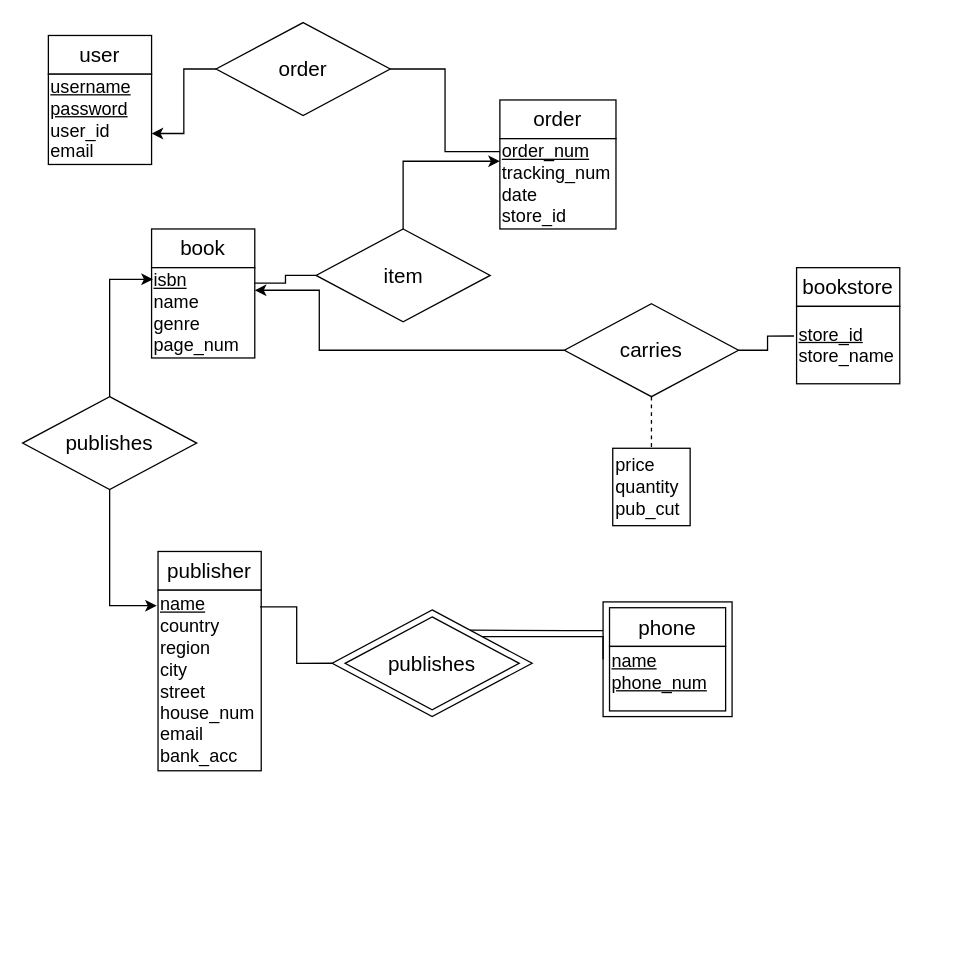
Above: Report/images/ERDiagram.drawio in AdamPayzant/COMP3005_Project (draw.io), before the change. Source tidied: cells renumbered, new cells numbered last; positions are measured from the earlier drawing's top-left corner, leaving out a move shared by most shapes. Both pictures are drawn from the tidied source at 129%, with x=0, y=0 at pixel (22, 22).
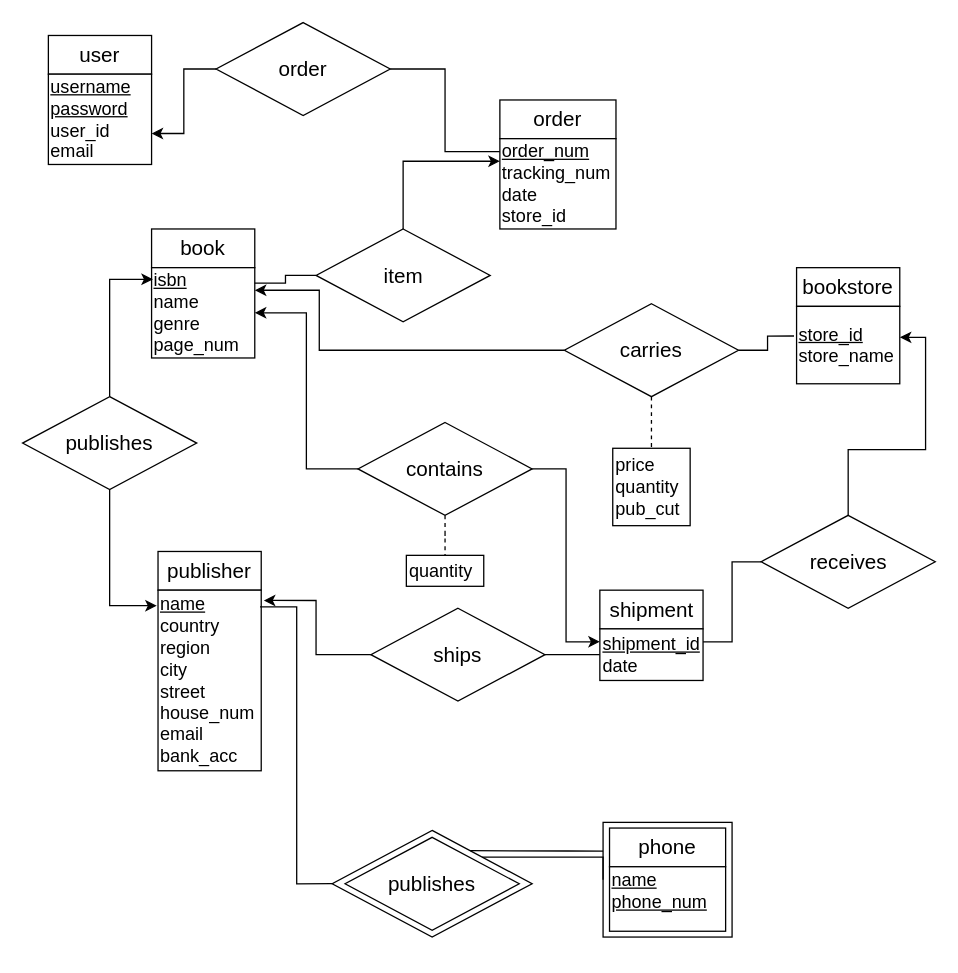
Above is the later version.

Commit message (it also covers changes not shown here):
Finished ER, Relations, and Diagram in Report

The change refers to these unchanged cells:
```xml
<mxCell id="3" value="&lt;font style=&quot;font-size: 14px&quot;&gt;&lt;u&gt;isbn&lt;/u&gt;&lt;/font&gt;&lt;div style=&quot;font-size: 14px&quot;&gt;&lt;font style=&quot;font-size: 14px&quot;&gt;name&lt;/font&gt;&lt;/div&gt;&lt;div style=&quot;font-size: 14px&quot;&gt;&lt;font style=&quot;font-size: 14px&quot;&gt;genre&lt;/font&gt;&lt;/div&gt;&lt;div style=&quot;font-size: 14px&quot;&gt;&lt;font style=&quot;font-size: 14px&quot;&gt;page_num&lt;br&gt;&lt;/font&gt;&lt;/div&gt;" style="rounded=0;whiteSpace=wrap;html=1;align=left;" parent="1" vertex="1">
  <mxGeometry x="100" y="190" width="80" height="70" as="geometry" />
</mxCell>
<mxCell id="9" value="&lt;div style=&quot;font-size: 14px&quot; align=&quot;left&quot;&gt;&lt;font style=&quot;font-size: 14px&quot;&gt;&lt;u&gt;name&lt;br&gt;&lt;/u&gt;&lt;/font&gt;&lt;/div&gt;&lt;div style=&quot;font-size: 14px&quot; align=&quot;left&quot;&gt;&lt;font style=&quot;font-size: 14px&quot;&gt;country&lt;/font&gt;&lt;/div&gt;&lt;div style=&quot;font-size: 14px&quot; align=&quot;left&quot;&gt;&lt;font style=&quot;font-size: 14px&quot;&gt;region&lt;br&gt;&lt;/font&gt;&lt;/div&gt;&lt;div style=&quot;font-size: 14px&quot; align=&quot;left&quot;&gt;&lt;font style=&quot;font-size: 14px&quot;&gt;city&lt;/font&gt;&lt;/div&gt;&lt;div style=&quot;font-size: 14px&quot; align=&quot;left&quot;&gt;&lt;font style=&quot;font-size: 14px&quot;&gt;street&lt;/font&gt;&lt;/div&gt;&lt;div style=&quot;font-size: 14px&quot; align=&quot;left&quot;&gt;&lt;font style=&quot;font-size: 14px&quot;&gt;house_num&lt;br&gt;&lt;/font&gt;&lt;/div&gt;&lt;div style=&quot;font-size: 14px&quot; align=&quot;left&quot;&gt;email&lt;/div&gt;&lt;div style=&quot;font-size: 14px&quot; align=&quot;left&quot;&gt;bank_acc&lt;br&gt;&lt;font style=&quot;font-size: 14px&quot;&gt;&lt;u&gt;&lt;/u&gt;&lt;/font&gt;&lt;/div&gt;" style="rounded=0;whiteSpace=wrap;html=1;align=left;" parent="1" vertex="1">
  <mxGeometry x="105" y="440" width="80" height="140" as="geometry" />
</mxCell>
<mxCell id="13" value="&lt;div style=&quot;font-size: 14px&quot; align=&quot;left&quot;&gt;&lt;u&gt;store_id&lt;br&gt;&lt;/u&gt;&lt;/div&gt;&lt;div style=&quot;font-size: 14px&quot; align=&quot;left&quot;&gt;store_name&lt;br&gt;&lt;u&gt;&lt;/u&gt;&lt;/div&gt;" style="rounded=0;whiteSpace=wrap;html=1;align=left;" parent="1" vertex="1">
  <mxGeometry x="600" y="220" width="80" height="60" as="geometry" />
</mxCell>
```

The edit, as a diff of the source:
```diff
@@
     <mxCell id="10" value="&lt;font style=&quot;font-size: 16px&quot;&gt;phone&lt;br&gt;&lt;/font&gt;" style="rounded=0;whiteSpace=wrap;html=1;" parent="1" vertex="1">
-      <mxGeometry x="455" y="453.6" width="90" height="30" as="geometry" />
+      <mxGeometry x="455" y="624.4" width="90" height="30" as="geometry" />
     </mxCell>
     <mxCell id="11" value="&lt;div style=&quot;font-size: 14px&quot; align=&quot;left&quot;&gt;&lt;font style=&quot;font-size: 14px&quot;&gt;&lt;br&gt;&lt;/font&gt;&lt;/div&gt;&lt;div style=&quot;font-size: 14px&quot; align=&quot;left&quot;&gt;&lt;font style=&quot;font-size: 14px&quot;&gt;&lt;u&gt;name&lt;/u&gt;&lt;/font&gt;&lt;/div&gt;&lt;div style=&quot;font-size: 14px&quot; align=&quot;left&quot;&gt;&lt;font style=&quot;font-size: 14px&quot;&gt;&lt;u&gt;phone_num&lt;/u&gt;&lt;br&gt;&lt;/font&gt;&lt;/div&gt;&lt;div&gt;&lt;br&gt;&lt;/div&gt;&lt;div&gt;&lt;br&gt;&lt;/div&gt;" style="rounded=0;whiteSpace=wrap;html=1;align=left;" parent="1" vertex="1">
-      <mxGeometry x="455" y="483.6" width="90" height="50" as="geometry" />
+      <mxGeometry x="455" y="654.4" width="90" height="50" as="geometry" />
     </mxCell>
@@
     <mxCell id="29" style="edgeStyle=orthogonalEdgeStyle;rounded=0;jettySize=auto;html=1;exitX=0;exitY=0.5;exitDx=0;exitDy=0;entryX=1;entryY=0;entryDx=0;entryDy=0;startArrow=none;startFill=0;endArrow=none;endFill=0;" parent="1" edge="1" source="30" target="33">
       <mxGeometry relative="1" as="geometry">
         <Array as="points">
-          <mxPoint x="450" y="476" />
+          <mxPoint x="450" y="646.9" />
         </Array>
       </mxGeometry>
     </mxCell>
     <mxCell id="30" style="rounded=0;whiteSpace=wrap;html=1;fillColor=none;" parent="1" vertex="1">
-      <mxGeometry x="450" y="449.1" width="100" height="88.9" as="geometry" />
+      <mxGeometry x="450" y="620" width="100" height="88.9" as="geometry" />
     </mxCell>
     <mxCell id="31" value="&lt;font style=&quot;font-size: 16px&quot;&gt;publishes&lt;/font&gt;" style="rhombus;whiteSpace=wrap;html=1;" parent="1" vertex="1">
-      <mxGeometry x="250" y="460.7" width="135" height="72" as="geometry" />
+      <mxGeometry x="250" y="631.6" width="135" height="72" as="geometry" />
     </mxCell>
@@
     <mxCell id="33" style="rhombus;whiteSpace=wrap;html=1;fillColor=none;" parent="1" vertex="1">
-      <mxGeometry x="240" y="455.3" width="155" height="82.7" as="geometry" />
+      <mxGeometry x="240" y="626.2" width="155" height="82.7" as="geometry" />
     </mxCell>
+    <mxCell id="34" style="edgeStyle=orthogonalEdgeStyle;rounded=0;jettySize=auto;html=1;entryX=1;entryY=0.5;entryDx=0;entryDy=0;startArrow=none;startFill=0;endArrow=classic;endFill=1;" parent="1" edge="1" source="37" target="3">
+      <mxGeometry relative="1" as="geometry" />
+    </mxCell>
+    <mxCell id="35" style="edgeStyle=orthogonalEdgeStyle;rounded=0;jettySize=auto;html=1;exitX=1;exitY=0.5;exitDx=0;exitDy=0;entryX=0;entryY=0.25;entryDx=0;entryDy=0;startArrow=none;startFill=0;endArrow=classic;endFill=1;" parent="1" edge="1" source="37" target="45">
+      <mxGeometry relative="1" as="geometry" />
+    </mxCell>
+    <mxCell id="36" style="edgeStyle=orthogonalEdgeStyle;rounded=0;jettySize=auto;html=1;startArrow=none;startFill=0;endArrow=none;endFill=0;dashed=1;" parent="1" edge="1" source="37" target="46">
+      <mxGeometry relative="1" as="geometry" />
+    </mxCell>
+    <mxCell id="37" value="&lt;font style=&quot;font-size: 16px&quot;&gt;contains&lt;br&gt;&lt;/font&gt;" style="rhombus;whiteSpace=wrap;html=1;" parent="1" vertex="1">
+      <mxGeometry x="260" y="310" width="135" height="72" as="geometry" />
+    </mxCell>
+    <mxCell id="38" style="edgeStyle=orthogonalEdgeStyle;rounded=0;jettySize=auto;html=1;entryX=1;entryY=0.4;entryDx=0;entryDy=0;entryPerimeter=0;startArrow=none;startFill=0;endArrow=classic;endFill=1;" parent="1" edge="1" source="40" target="13">
+      <mxGeometry relative="1" as="geometry" />
+    </mxCell>
+    <mxCell id="39" style="edgeStyle=orthogonalEdgeStyle;rounded=0;jettySize=auto;html=1;exitX=0;exitY=0.5;exitDx=0;exitDy=0;entryX=1;entryY=0.25;entryDx=0;entryDy=0;startArrow=none;startFill=0;endArrow=none;endFill=0;" parent="1" edge="1" source="40" target="45">
+      <mxGeometry relative="1" as="geometry" />
+    </mxCell>
+    <mxCell id="40" value="&lt;font style=&quot;font-size: 16px&quot;&gt;receives &lt;br&gt;&lt;/font&gt;" style="rhombus;whiteSpace=wrap;html=1;" parent="1" vertex="1">
+      <mxGeometry x="572.5" y="382" width="135" height="72" as="geometry" />
+    </mxCell>
+    <mxCell id="41" style="edgeStyle=orthogonalEdgeStyle;rounded=0;jettySize=auto;html=1;entryX=0;entryY=0.5;entryDx=0;entryDy=0;startArrow=none;startFill=0;endArrow=none;endFill=0;" parent="1" edge="1" source="43" target="45">
+      <mxGeometry relative="1" as="geometry" />
+    </mxCell>
+    <mxCell id="42" style="edgeStyle=orthogonalEdgeStyle;rounded=0;jettySize=auto;html=1;exitX=0;exitY=0.5;exitDx=0;exitDy=0;entryX=1.025;entryY=0.057;entryDx=0;entryDy=0;entryPerimeter=0;startArrow=none;startFill=0;endArrow=classic;endFill=1;" parent="1" edge="1" source="43" target="9">
+      <mxGeometry relative="1" as="geometry" />
+    </mxCell>
+    <mxCell id="43" value="&lt;font style=&quot;font-size: 16px&quot;&gt;ships&lt;br&gt;&lt;/font&gt;" style="rhombus;whiteSpace=wrap;html=1;" parent="1" vertex="1">
+      <mxGeometry x="270" y="454" width="135" height="72" as="geometry" />
+    </mxCell>
+    <mxCell id="44" value="&lt;font style=&quot;font-size: 16px&quot;&gt;shipment&lt;/font&gt;" style="rounded=0;whiteSpace=wrap;html=1;" parent="1" vertex="1">
+      <mxGeometry x="447.5" y="440" width="80" height="30" as="geometry" />
+    </mxCell>
+    <mxCell id="45" value="&lt;div style=&quot;font-size: 14px&quot;&gt;&lt;font style=&quot;font-size: 14px&quot;&gt;&lt;u&gt;shipment_id&lt;/u&gt;&lt;/font&gt;&lt;/div&gt;&lt;font style=&quot;font-size: 14px&quot;&gt;date&lt;br&gt;&lt;/font&gt;" style="rounded=0;whiteSpace=wrap;html=1;align=left;" parent="1" vertex="1">
+      <mxGeometry x="447.5" y="470" width="80" height="40" as="geometry" />
+    </mxCell>
+    <mxCell id="46" value="&lt;font style=&quot;font-size: 14px&quot;&gt;quantity&lt;/font&gt;" style="rounded=0;whiteSpace=wrap;html=1;align=left;" parent="1" vertex="1">
+      <mxGeometry x="297.5" y="413" width="60" height="24" as="geometry" />
+    </mxCell>
```
